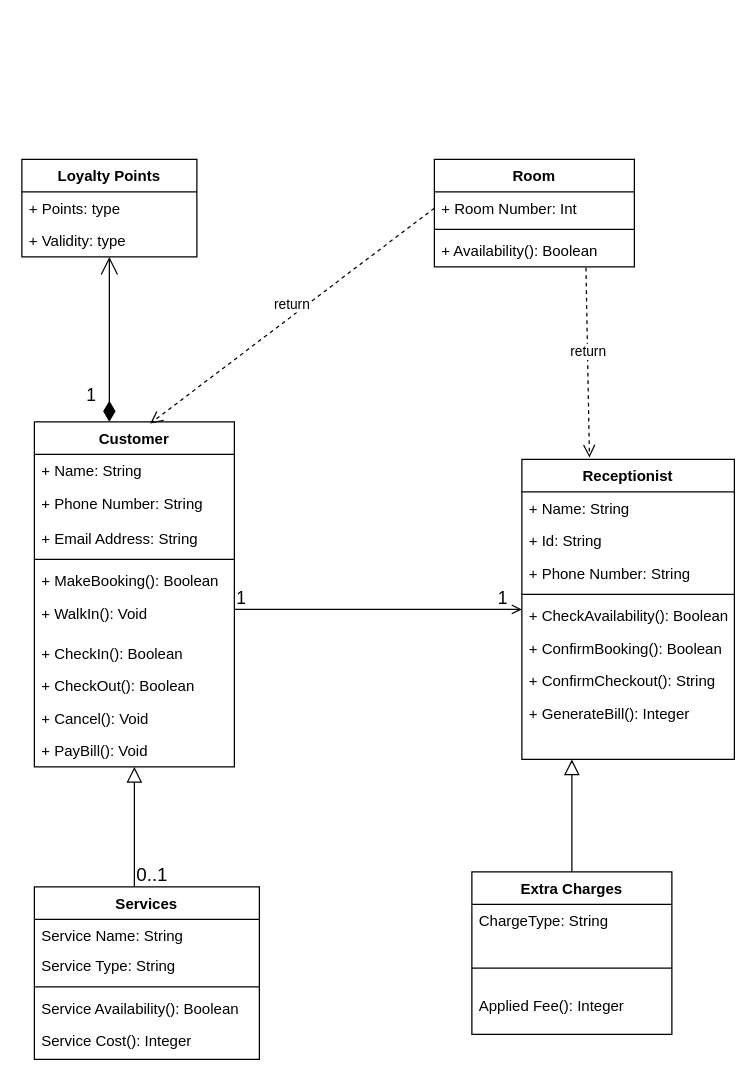
Before: Class Diagram.drawio in SrikanthBonkuri/UML, a draw.io diagram. Source tidied: cells renumbered, new cells numbered last; positions are measured from the earlier drawing's top-left corner, leaving out a move shared by most shapes. Both pictures are drawn from the tidied source at 125%, with x=0, y=0 at pixel (21, 159).
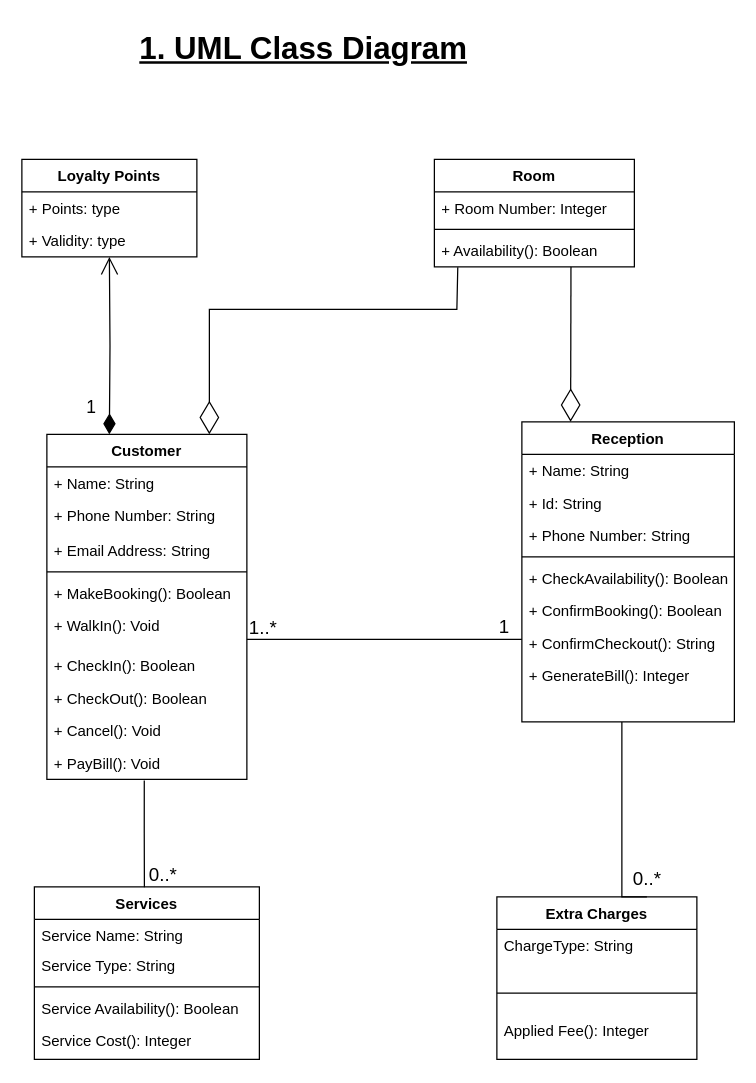
After the change.

Unchanged cells that the change refers to:
```xml
<mxCell id="12" value="+ PayBill(): Void" style="text;align=left;verticalAlign=top;spacingLeft=4;spacingRight=4;overflow=hidden;points=[[0,0.5],[1,0.5]];portConstraint=eastwest;" parent="2" vertex="1">
  <mxGeometry y="250" width="160" height="26" as="geometry" />
</mxCell>
<mxCell id="13" value="Services" style="swimlane;fontStyle=1;align=center;verticalAlign=top;horizontal=1;startSize=26;rounded=0;shadow=0;strokeWidth=1;" parent="1" vertex="1">
  <mxGeometry x="10" y="582" width="180" height="138" as="geometry" />
</mxCell>
<mxCell id="36" value="Room" style="swimlane;fontStyle=1;align=center;verticalAlign=top;horizontal=1;startSize=26;" parent="1" vertex="1">
  <mxGeometry x="330" width="160" height="86" as="geometry" />
</mxCell>
<mxCell id="39" value="+ Availability(): Boolean" style="text;strokeColor=none;fillColor=none;align=left;verticalAlign=top;spacingLeft=4;spacingRight=4;overflow=hidden;points=[[0,0.5],[1,0.5]];portConstraint=eastwest;" parent="36" vertex="1">
  <mxGeometry y="60" width="160" height="26" as="geometry" />
</mxCell>
<mxCell id="43" value="Loyalty Points" style="swimlane;fontStyle=1;horizontal=1;startSize=26;fillColor=none;" parent="1" vertex="1">
  <mxGeometry width="140" height="78" as="geometry" />
</mxCell>
```

What changed in the source:
```diff
@@
     <mxCell id="2" value="Customer" style="swimlane;fontStyle=1;align=center;verticalAlign=top;horizontal=1;startSize=26;rounded=0;shadow=0;strokeWidth=1;" parent="1" vertex="1">
-      <mxGeometry x="10" y="210" width="160" height="276" as="geometry" />
+      <mxGeometry x="20" y="220" width="160" height="276" as="geometry" />
     </mxCell>
@@
-    <mxCell id="19" style="endArrow=block;endSize=10;endFill=0;shadow=0;strokeWidth=1;rounded=0;edgeStyle=elbowEdgeStyle;elbow=vertical;" parent="1" edge="1" source="13" target="2">
-      <mxGeometry relative="1" as="geometry">
-        <Array as="points">
-          <mxPoint x="90" y="550" />
-        </Array>
-      </mxGeometry>
-    </mxCell>
     <mxCell id="20" value="Extra Charges" style="swimlane;fontStyle=1;align=center;verticalAlign=top;horizontal=1;startSize=26;rounded=0;shadow=0;strokeWidth=1;" parent="1" vertex="1">
-      <mxGeometry x="360" y="570" width="160" height="130" as="geometry" />
+      <mxGeometry x="380" y="590" width="160" height="130" as="geometry" />
     </mxCell>
@@
-    <mxCell id="24" value="Receptionist" style="swimlane;fontStyle=1;align=center;verticalAlign=top;horizontal=1;startSize=26;rounded=0;shadow=0;strokeWidth=1;" parent="1" vertex="1">
-      <mxGeometry x="400" y="240" width="170" height="240" as="geometry" />
+    <mxCell id="24" value="Reception" style="swimlane;fontStyle=1;align=center;verticalAlign=top;horizontal=1;startSize=26;rounded=0;shadow=0;strokeWidth=1;" parent="1" vertex="1">
+      <mxGeometry x="400" y="210" width="170" height="240" as="geometry" />
     </mxCell>
@@
-    <mxCell id="33" style="endArrow=open;shadow=0;strokeWidth=1;rounded=0;endFill=1;edgeStyle=elbowEdgeStyle;elbow=vertical;" parent="1" edge="1" source="2" target="24">
-      <mxGeometry x="0.5" y="41" relative="1" as="geometry">
-        <mxPoint x="-40" y="32" as="offset" />
-      </mxGeometry>
-    </mxCell>
-    <mxCell id="34" value="1" style="align=left;verticalAlign=bottom;labelBackgroundColor=none;fontSize=14;" parent="33" vertex="1">
-      <mxGeometry x="-1" relative="1" as="geometry" />
-    </mxCell>
-    <mxCell id="35" value="1" style="align=right;verticalAlign=bottom;labelBackgroundColor=none;fontSize=14;" parent="33" vertex="1">
-      <mxGeometry x="1" relative="1" as="geometry">
-        <mxPoint x="-10" as="offset" />
-      </mxGeometry>
-    </mxCell>
@@
-    <mxCell id="37" value="+ Room Number: Int" style="text;strokeColor=none;fillColor=none;align=left;verticalAlign=top;spacingLeft=4;spacingRight=4;overflow=hidden;points=[[0,0.5],[1,0.5]];portConstraint=eastwest;" parent="36" vertex="1">
+    <mxCell id="37" value="+ Room Number: Integer" style="text;strokeColor=none;fillColor=none;align=left;verticalAlign=top;spacingLeft=4;spacingRight=4;overflow=hidden;points=[[0,0.5],[1,0.5]];portConstraint=eastwest;" parent="36" vertex="1">
       <mxGeometry y="26" width="160" height="26" as="geometry" />
     </mxCell>
@@
-    <mxCell id="40" style="endArrow=block;endSize=10;endFill=0;shadow=0;strokeWidth=1;rounded=0;edgeStyle=elbowEdgeStyle;elbow=vertical;exitX=0.5;exitY=0;exitDx=0;exitDy=0;" parent="1" edge="1" source="20">
-      <mxGeometry relative="1" as="geometry">
-        <mxPoint x="440" y="480" as="targetPoint" />
-      </mxGeometry>
-    </mxCell>
-    <mxCell id="41" value="return" style="html=1;verticalAlign=bottom;endArrow=open;dashed=1;endSize=8;rounded=0;entryX=0.579;entryY=0.005;entryDx=0;entryDy=0;entryPerimeter=0;exitX=0;exitY=0.5;exitDx=0;exitDy=0;" parent="1" edge="1" source="37" target="2">
-      <mxGeometry relative="1" as="geometry" />
-    </mxCell>
-    <mxCell id="42" value="return" style="html=1;verticalAlign=bottom;endArrow=open;dashed=1;endSize=8;rounded=0;entryX=0.318;entryY=-0.006;entryDx=0;entryDy=0;entryPerimeter=0;exitX=0.758;exitY=1.026;exitDx=0;exitDy=0;exitPerimeter=0;" parent="1" edge="1" source="39" target="24">
-      <mxGeometry relative="1" as="geometry" />
-    </mxCell>
@@
-    <mxCell id="46" value="0..1" style="align=left;verticalAlign=bottom;labelBackgroundColor=none;fontSize=15;" parent="1" vertex="1">
-      <mxGeometry x="90" y="582" as="geometry" />
+    <mxCell id="46" value="0..*" style="align=left;verticalAlign=bottom;labelBackgroundColor=none;fontSize=15;" parent="1" vertex="1">
+      <mxGeometry x="100" y="582" as="geometry" />
     </mxCell>
-    <mxCell id="47" value="1" style="endArrow=open;html=1;endSize=12;startArrow=diamondThin;startSize=14;startFill=1;edgeStyle=orthogonalEdgeStyle;align=left;verticalAlign=bottom;rounded=0;fontSize=14;entryX=0.5;entryY=1;entryDx=0;entryDy=0;exitX=0.375;exitY=0;exitDx=0;exitDy=0;exitPerimeter=0;" parent="1" edge="1" source="2" target="43">
-      <mxGeometry x="-0.85" y="20" relative="1" as="geometry" />
+    <mxCell id="47" value="1" style="endArrow=open;html=1;endSize=12;startArrow=diamondThin;startSize=14;startFill=1;edgeStyle=orthogonalEdgeStyle;align=left;verticalAlign=bottom;rounded=0;fontSize=14;entryX=0.5;entryY=1;entryDx=0;entryDy=0;" parent="1" edge="1" target="43">
+      <mxGeometry x="-0.85" y="20" relative="1" as="geometry">
+        <mxPoint x="70" y="220" as="sourcePoint" />
+      </mxGeometry>
     </mxCell>
+    <mxCell id="48" style="line;strokeWidth=1;fillColor=none;align=left;verticalAlign=middle;spacingTop=-1;spacingLeft=3;spacingRight=3;labelPosition=right;strokeColor=inherit;fontSize=14;" parent="1" vertex="1">
+      <mxGeometry x="180" y="380" width="220" height="8" as="geometry" />
+    </mxCell>
+    <mxCell id="49" style="endArrow=diamondThin;endFill=0;endSize=24;html=1;rounded=0;fontSize=14;exitX=0.117;exitY=1.01;exitDx=0;exitDy=0;exitPerimeter=0;" parent="1" edge="1" source="39">
+      <mxGeometry relative="1" as="geometry">
+        <mxPoint x="150" y="220" as="targetPoint" />
+        <Array as="points">
+          <mxPoint x="348" y="120" />
+          <mxPoint x="150" y="120" />
+        </Array>
+      </mxGeometry>
+    </mxCell>
+    <mxCell id="50" style="endArrow=diamondThin;endFill=0;endSize=24;html=1;rounded=0;fontSize=14;exitX=0.683;exitY=1;exitDx=0;exitDy=0;exitPerimeter=0;" parent="1" edge="1" source="39">
+      <mxGeometry relative="1" as="geometry">
+        <mxPoint x="439" y="210" as="targetPoint" />
+      </mxGeometry>
+    </mxCell>
+    <mxCell id="51" value="1..*" style="align=left;verticalAlign=bottom;labelBackgroundColor=none;fontSize=15;" parent="1" vertex="1">
+      <mxGeometry x="180" y="384" as="geometry" />
+    </mxCell>
+    <mxCell id="52" value="&lt;span style=&quot;font-size: 15px;&quot;&gt;1&lt;/span&gt;" style="text;whiteSpace=wrap;html=1;fontSize=14;" parent="1" vertex="1">
+      <mxGeometry x="380" y="358" width="30" height="30" as="geometry" />
+    </mxCell>
+    <mxCell id="53" style="endArrow=none;html=1;edgeStyle=orthogonalEdgeStyle;rounded=0;fontSize=14;exitX=0.487;exitY=1.038;exitDx=0;exitDy=0;exitPerimeter=0;entryX=0.489;entryY=0.002;entryDx=0;entryDy=0;entryPerimeter=0;" parent="1" edge="1" source="12" target="13">
+      <mxGeometry relative="1" as="geometry" />
+    </mxCell>
+    <mxCell id="54" style="endArrow=none;html=1;edgeStyle=orthogonalEdgeStyle;rounded=0;fontSize=14;entryX=0.75;entryY=0;entryDx=0;entryDy=0;" parent="1" edge="1" target="20">
+      <mxGeometry relative="1" as="geometry">
+        <mxPoint x="480" y="450" as="sourcePoint" />
+        <Array as="points">
+          <mxPoint x="480" y="500" />
+          <mxPoint x="480" y="500" />
+        </Array>
+      </mxGeometry>
+    </mxCell>
+    <mxCell id="55" value="&lt;span style=&quot;font-size: 15px; text-align: left;&quot;&gt;0..*&lt;/span&gt;" style="text;html=1;align=center;verticalAlign=middle;strokeColor=none;fillColor=none;fontSize=14;" parent="1" vertex="1">
+      <mxGeometry x="475" y="560" width="50" height="30" as="geometry" />
+    </mxCell>
+    <mxCell id="56" value="&lt;font style=&quot;font-size: 25px;&quot;&gt;&lt;u&gt;&lt;b&gt;1. UML Class Diagram&lt;/b&gt;&lt;/u&gt;&lt;/font&gt;" style="text;html=1;align=center;verticalAlign=middle;strokeColor=none;fillColor=none;fontSize=25;" parent="1" vertex="1">
+      <mxGeometry x="80" y="-110" width="290" height="40" as="geometry" />
+    </mxCell>
```
